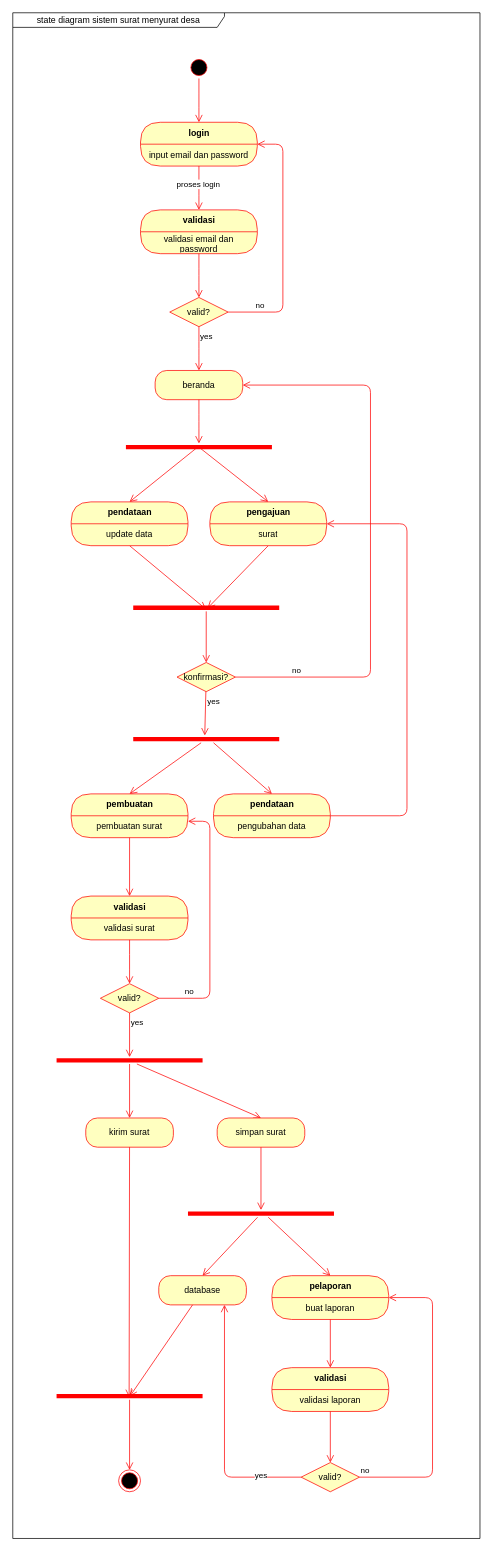
The draw.io diagram page "state" (1 of 3) of state Diagram.drawio in novianh/desain-dan-analis-sistem, before the edit. Source tidied: cells renumbered, new cells numbered last; positions are measured from the earlier drawing's top-left corner, leaving out a move shared by most shapes. Both pictures are drawn from the tidied source at 73%, with x=0, y=0 at pixel (12, 12).
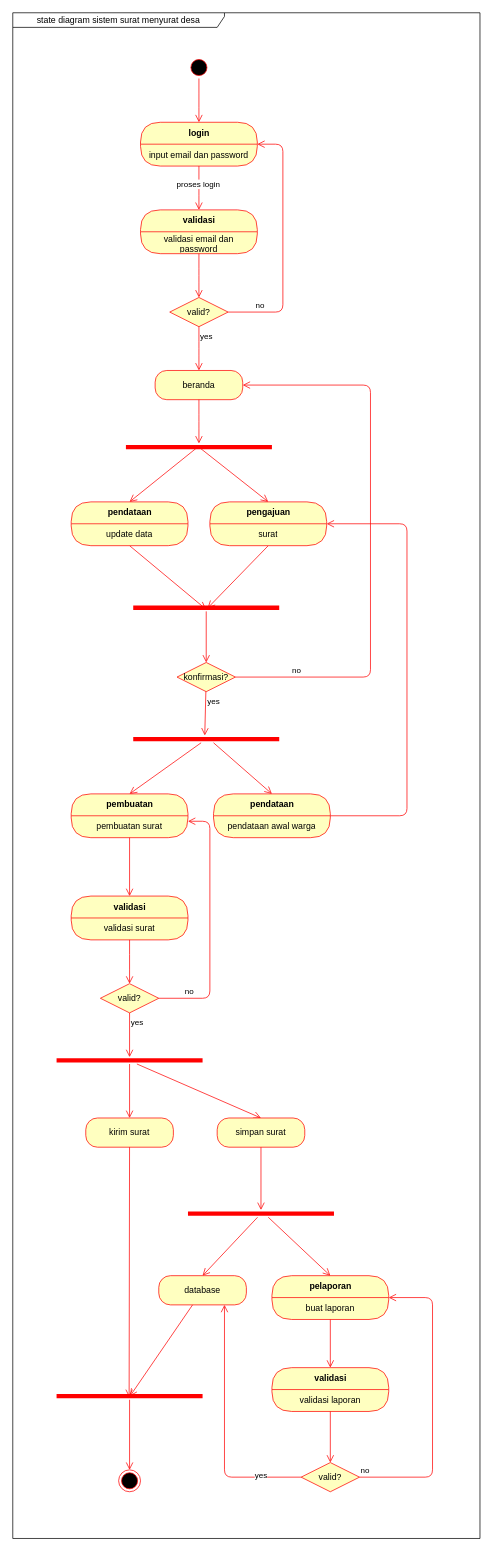
Above is the later version.

Unchanged cells that the change refers to:
```xml
<mxCell id="40" value="pendataan" style="swimlane;html=1;fontStyle=1;align=center;verticalAlign=middle;horizontal=1;startSize=30;fontColor=#000000;rounded=1;arcSize=30;strokeColor=#ff0000;fillColor=#ffffc0;swimlaneFillColor=#ffffc0;" parent="1" vertex="1">
  <mxGeometry x="275" y="1070" width="160" height="60" as="geometry" />
</mxCell>
```

Diff of the diagram source:
```diff
@@
-    <mxCell id="41" value="pengubahan data" style="text;html=1;strokeColor=none;fillColor=none;align=center;verticalAlign=middle;spacingLeft=4;spacingRight=4;whiteSpace=wrap;overflow=hidden;fontColor=#000000;" parent="40" vertex="1">
+    <mxCell id="41" value="pendataan awal warga" style="text;html=1;strokeColor=none;fillColor=none;align=center;verticalAlign=middle;spacingLeft=4;spacingRight=4;whiteSpace=wrap;overflow=hidden;fontColor=#000000;" parent="40" vertex="1">
       <mxGeometry y="30" width="160" height="30" as="geometry" />
     </mxCell>
```
